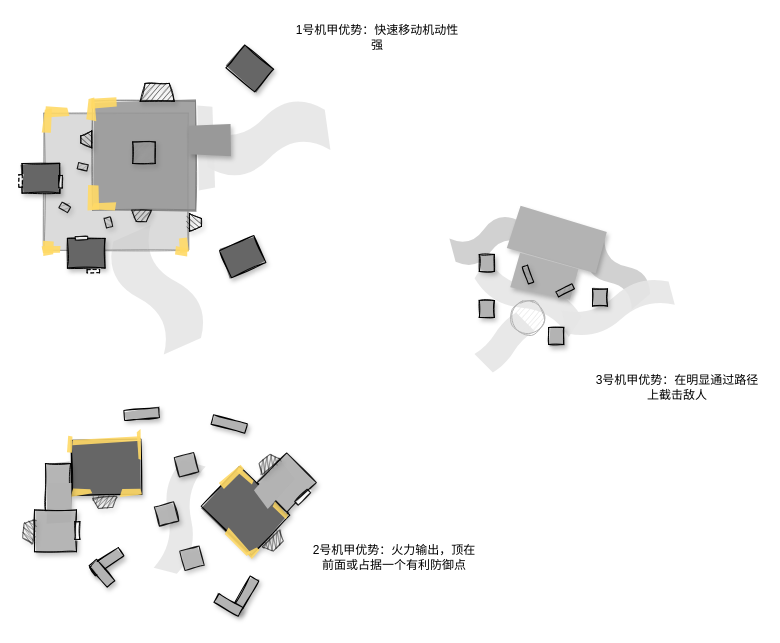
This is Pattern040506.drawio from Heynoodle/DRAWIO, a draw.io file, before an edit. Source tidied: cells renumbered, new cells numbered last; positions are measured from the earlier drawing's top-left corner, leaving out a move shared by most shapes. Both pictures are drawn from the tidied source at 100%, with x=0, y=0 at pixel (14, 17).
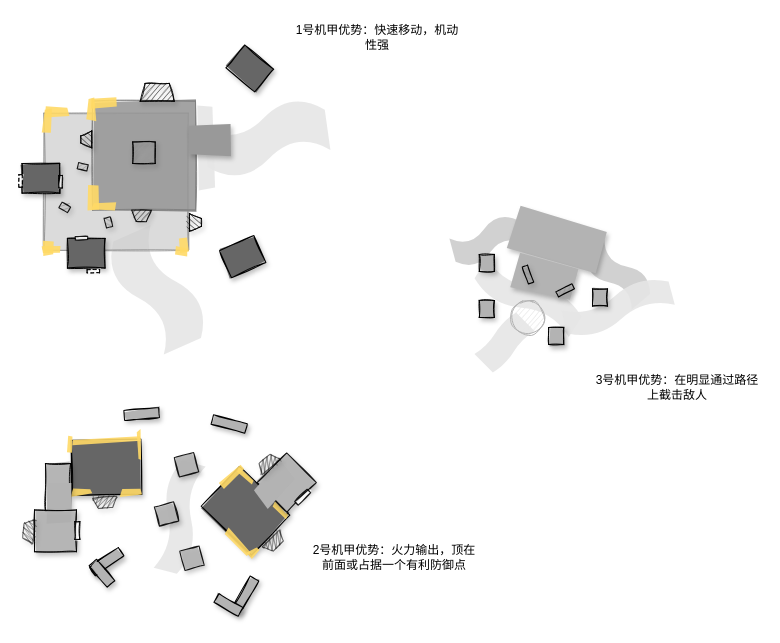
The same diagram, later.

Diff of the diagram source:
```diff
@@
-    <mxCell id="6" value="1号机甲优势：快速移动机动性强" style="text;html=1;strokeColor=none;fillColor=none;align=center;verticalAlign=middle;whiteSpace=wrap;rounded=0;" parent="1" vertex="1">
+    <mxCell id="6" value="1号机甲优势：快速移动，机动性强" style="text;html=1;strokeColor=none;fillColor=none;align=center;verticalAlign=middle;whiteSpace=wrap;rounded=0;" parent="1" vertex="1">
       <mxGeometry x="278" width="170" height="40" as="geometry" />
     </mxCell>
```
